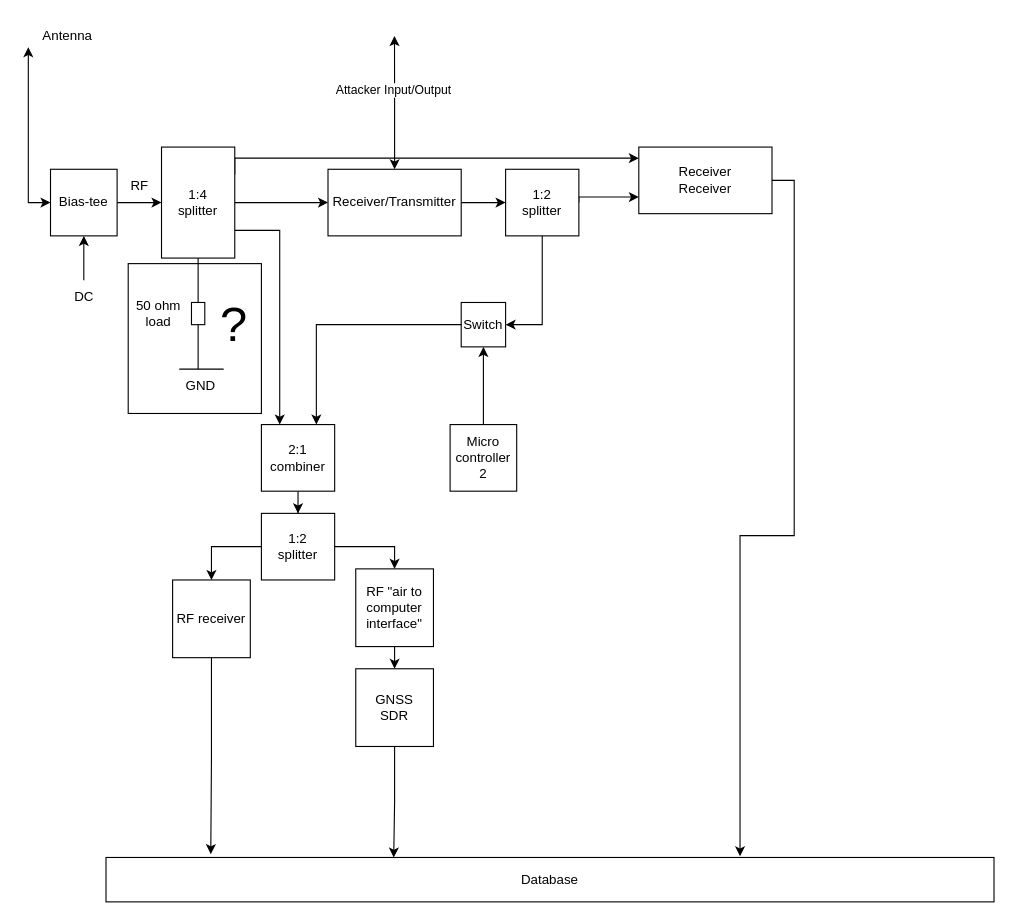
Above: page "Radio Circuit" (3 of 4) of GNSS Datalogger Blockdiagram.drawio in torejohansson97/tightly-coupled-gnss-data-logger (draw.io), before the change. Source tidied: cells renumbered, new cells numbered last; positions are measured from the earlier drawing's top-left corner, leaving out a move shared by most shapes. Both pictures are drawn from the tidied source at 111%, with x=0, y=0 at pixel (28, 19).
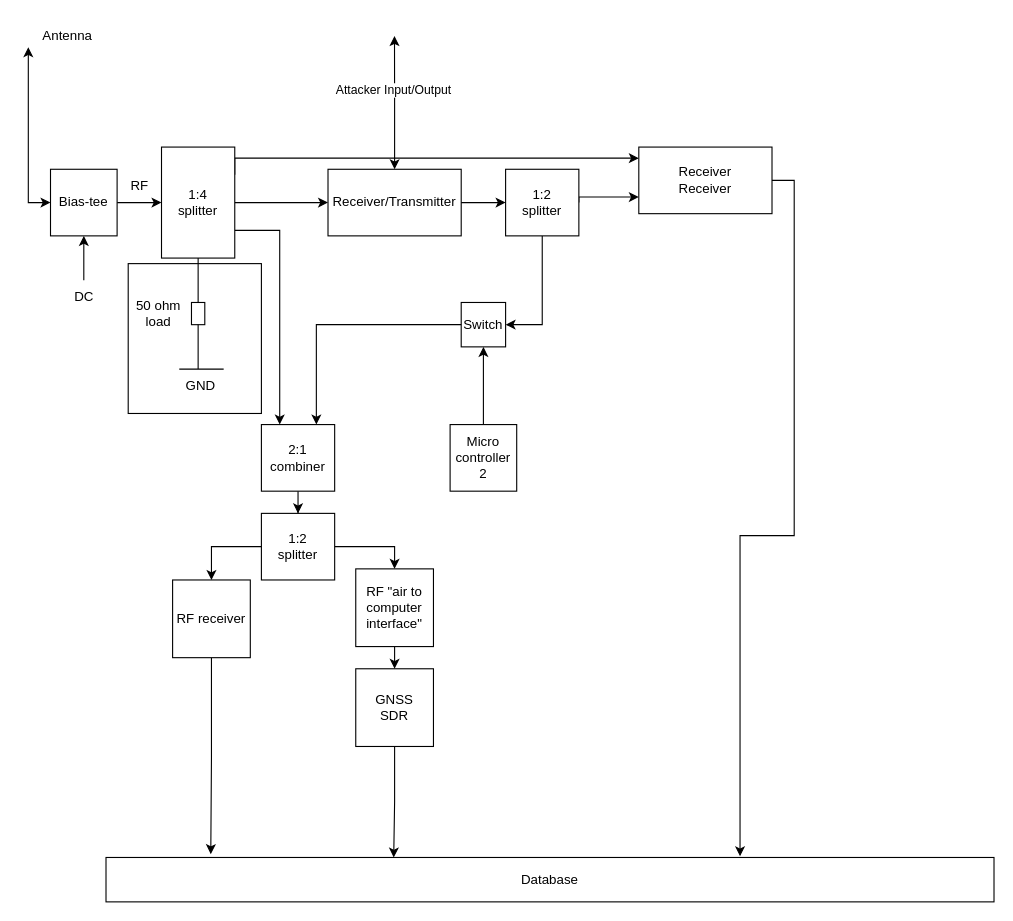
Above is the later version.

Commit message:
Removed question mark

The edit, as a diff of the source:
```diff
@@
-    <mxCell id="42" value="&lt;font style=&quot;font-size: 44px;&quot;&gt;?&lt;/font&gt;" style="text;html=1;align=center;verticalAlign=middle;strokeColor=none;fillColor=none;" parent="1" vertex="1">
-      <mxGeometry x="160" y="240" width="50" height="70" as="geometry" />
-    </mxCell>
```
